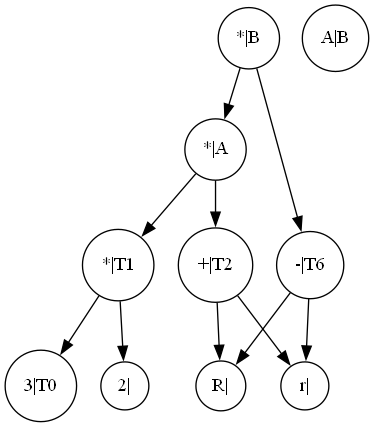
hutao99/compiler keeps this Graphviz diagram as DAG/visible.gv.png. Above is the earlier version. Its source is kept beside it as DAG/visible.gv.
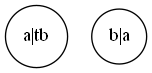
After the commit.

Change to the diagram source:
```diff
@@ -1,23 +1,5 @@
 digraph "./DAG/visible" {
 	node [color=black shape=circle size="20,5"]
-	1 [label="3|T0"]
-	2 [label="*|T1"]
-	3 [label="2|"]
-	4 [label="+|T2"]
-	5 [label="R|"]
-	6 [label="r|"]
-	7 [label="*|A"]
-	8 [label="A|B"]
-	9 [label="-|T6"]
-	10 [label="*|B"]
-	2 -> 1
-	2 -> 3
-	4 -> 6
-	4 -> 5
-	7 -> 4
-	7 -> 2
-	9 -> 6
-	9 -> 5
-	10 -> 9
-	10 -> 7
+	1 [label="a|tb"]
+	2 [label="b|a"]
 }
```
